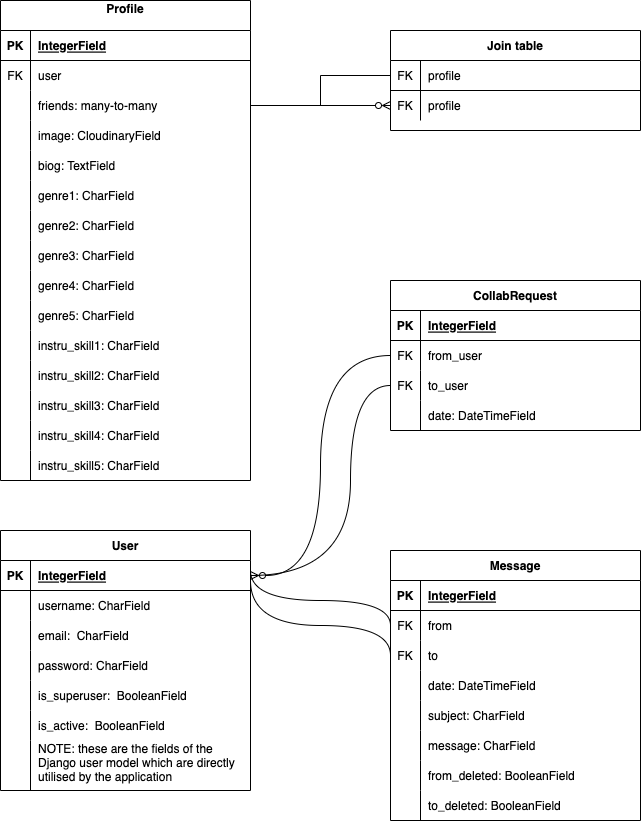
Earlier version of the draw.io export readme_media/songmates_db_schema.png (andy-guttridge/song-mates). Source tidied: cells renumbered, new cells last; positions are measured from the earlier drawing's top-left corner, leaving out a move shared by most shapes.
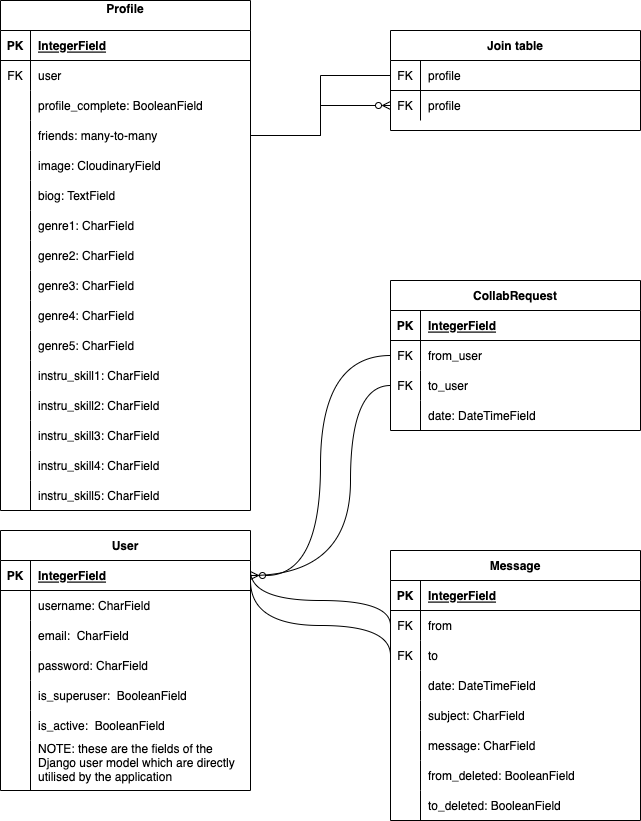
The same diagram one commit later.

Change to the diagram source:
```diff
@@ -3,7 +3,7 @@
     <mxCell id="0" />
     <mxCell id="1" parent="0" />
     <mxCell id="2" value="Profile&#10;" style="shape=table;startSize=30;rowLines=0;fontStyle=1;align=center;" parent="1" vertex="1">
-      <mxGeometry width="250" height="480" as="geometry" />
+      <mxGeometry width="250" height="510" as="geometry" />
     </mxCell>
     <mxCell id="3" style="shape=partialRectangle;fillColor=none;top=0;left=0;right=0;bottom=1;" parent="2" vertex="1">
       <mxGeometry y="30" width="250" height="30" as="geometry" />
@@ -23,8 +23,17 @@
     <mxCell id="8" value="user" style="shape=partialRectangle;overflow=hidden;fillColor=none;top=0;left=0;bottom=0;right=0;align=left;spacingLeft=6;" parent="6" vertex="1">
       <mxGeometry x="30" width="220" height="30" as="geometry" />
     </mxCell>
+    <mxCell id="121" style="shape=partialRectangle;fillColor=none;top=0;left=0;right=0;bottom=0;" parent="2" vertex="1">
+      <mxGeometry y="90" width="250" height="30" as="geometry" />
+    </mxCell>
+    <mxCell id="122" style="shape=partialRectangle;overflow=hidden;fillColor=none;top=0;left=0;bottom=0;right=0;" parent="121" vertex="1">
+      <mxGeometry width="30" height="30" as="geometry" />
+    </mxCell>
+    <mxCell id="123" value="profile_complete: BooleanField" style="shape=partialRectangle;overflow=hidden;fillColor=none;top=0;left=0;bottom=0;right=0;align=left;spacingLeft=6;" parent="121" vertex="1">
+      <mxGeometry x="30" width="220" height="30" as="geometry" />
+    </mxCell>
     <mxCell id="9" style="shape=partialRectangle;fillColor=none;points=[[0,0.5],[1,0.5]];portConstraint=eastwest;top=0;left=0;right=0;bottom=0;" parent="2" vertex="1">
-      <mxGeometry y="90" width="250" height="30" as="geometry" />
+      <mxGeometry y="120" width="250" height="30" as="geometry" />
     </mxCell>
     <mxCell id="10" style="shape=partialRectangle;overflow=hidden;fillColor=none;top=0;left=0;bottom=0;right=0;" parent="9" vertex="1">
       <mxGeometry width="30" height="30" as="geometry" />
@@ -33,7 +42,7 @@
       <mxGeometry x="30" width="220" height="30" as="geometry" />
     </mxCell>
     <mxCell id="12" style="shape=partialRectangle;fillColor=none;top=0;left=0;right=0;bottom=0;" parent="2" vertex="1">
-      <mxGeometry y="120" width="250" height="30" as="geometry" />
+      <mxGeometry y="150" width="250" height="30" as="geometry" />
     </mxCell>
     <mxCell id="13" style="shape=partialRectangle;overflow=hidden;fillColor=none;top=0;left=0;bottom=0;right=0;" parent="12" vertex="1">
       <mxGeometry width="30" height="30" as="geometry" />
@@ -42,7 +51,7 @@
       <mxGeometry x="30" width="220" height="30" as="geometry" />
     </mxCell>
     <mxCell id="15" style="shape=partialRectangle;fillColor=none;top=0;left=0;right=0;bottom=0;" parent="2" vertex="1">
-      <mxGeometry y="150" width="250" height="30" as="geometry" />
+      <mxGeometry y="180" width="250" height="30" as="geometry" />
     </mxCell>
     <mxCell id="16" style="shape=partialRectangle;overflow=hidden;fillColor=none;top=0;left=0;bottom=0;right=0;" parent="15" vertex="1">
       <mxGeometry width="30" height="30" as="geometry" />
@@ -51,7 +60,7 @@
       <mxGeometry x="30" width="220" height="30" as="geometry" />
     </mxCell>
     <mxCell id="18" style="shape=partialRectangle;fillColor=none;top=0;left=0;right=0;bottom=0;" parent="2" vertex="1">
-      <mxGeometry y="180" width="250" height="30" as="geometry" />
+      <mxGeometry y="210" width="250" height="30" as="geometry" />
     </mxCell>
     <mxCell id="19" style="shape=partialRectangle;overflow=hidden;fillColor=none;top=0;left=0;bottom=0;right=0;" parent="18" vertex="1">
       <mxGeometry width="30" height="30" as="geometry" />
@@ -60,7 +69,7 @@
       <mxGeometry x="30" width="220" height="30" as="geometry" />
     </mxCell>
     <mxCell id="21" style="shape=partialRectangle;fillColor=none;top=0;left=0;right=0;bottom=0;" parent="2" vertex="1">
-      <mxGeometry y="210" width="250" height="30" as="geometry" />
+      <mxGeometry y="240" width="250" height="30" as="geometry" />
     </mxCell>
     <mxCell id="22" style="shape=partialRectangle;overflow=hidden;fillColor=none;top=0;left=0;bottom=0;right=0;" parent="21" vertex="1">
       <mxGeometry width="30" height="30" as="geometry" />
@@ -69,7 +78,7 @@
       <mxGeometry x="30" width="220" height="30" as="geometry" />
     </mxCell>
     <mxCell id="24" style="shape=partialRectangle;fillColor=none;top=0;left=0;right=0;bottom=0;" parent="2" vertex="1">
-      <mxGeometry y="240" width="250" height="30" as="geometry" />
+      <mxGeometry y="270" width="250" height="30" as="geometry" />
     </mxCell>
     <mxCell id="25" style="shape=partialRectangle;overflow=hidden;fillColor=none;top=0;left=0;bottom=0;right=0;" parent="24" vertex="1">
       <mxGeometry width="30" height="30" as="geometry" />
@@ -78,7 +87,7 @@
       <mxGeometry x="30" width="220" height="30" as="geometry" />
     </mxCell>
     <mxCell id="27" style="shape=partialRectangle;fillColor=none;top=0;left=0;right=0;bottom=0;" parent="2" vertex="1">
-      <mxGeometry y="270" width="250" height="30" as="geometry" />
+      <mxGeometry y="300" width="250" height="30" as="geometry" />
     </mxCell>
     <mxCell id="28" style="shape=partialRectangle;overflow=hidden;fillColor=none;top=0;left=0;bottom=0;right=0;" parent="27" vertex="1">
       <mxGeometry width="30" height="30" as="geometry" />
@@ -87,7 +96,7 @@
       <mxGeometry x="30" width="220" height="30" as="geometry" />
     </mxCell>
     <mxCell id="30" style="shape=partialRectangle;fillColor=none;top=0;left=0;right=0;bottom=0;" parent="2" vertex="1">
-      <mxGeometry y="300" width="250" height="30" as="geometry" />
+      <mxGeometry y="330" width="250" height="30" as="geometry" />
     </mxCell>
     <mxCell id="31" style="shape=partialRectangle;overflow=hidden;fillColor=none;top=0;left=0;bottom=0;right=0;" parent="30" vertex="1">
       <mxGeometry width="30" height="30" as="geometry" />
@@ -96,7 +105,7 @@
       <mxGeometry x="30" width="220" height="30" as="geometry" />
     </mxCell>
     <mxCell id="33" style="shape=partialRectangle;fillColor=none;top=0;left=0;right=0;bottom=0;" parent="2" vertex="1">
-      <mxGeometry y="330" width="250" height="30" as="geometry" />
+      <mxGeometry y="360" width="250" height="30" as="geometry" />
     </mxCell>
     <mxCell id="34" style="shape=partialRectangle;overflow=hidden;fillColor=none;top=0;left=0;bottom=0;right=0;" parent="33" vertex="1">
       <mxGeometry width="30" height="30" as="geometry" />
@@ -105,7 +114,7 @@
       <mxGeometry x="30" width="220" height="30" as="geometry" />
     </mxCell>
     <mxCell id="36" style="shape=partialRectangle;fillColor=none;top=0;left=0;right=0;bottom=0;" parent="2" vertex="1">
-      <mxGeometry y="360" width="250" height="30" as="geometry" />
+      <mxGeometry y="390" width="250" height="30" as="geometry" />
     </mxCell>
     <mxCell id="37" style="shape=partialRectangle;overflow=hidden;fillColor=none;top=0;left=0;bottom=0;right=0;" parent="36" vertex="1">
       <mxGeometry width="30" height="30" as="geometry" />
@@ -114,7 +123,7 @@
       <mxGeometry x="30" width="220" height="30" as="geometry" />
     </mxCell>
     <mxCell id="39" style="shape=partialRectangle;fillColor=none;top=0;left=0;right=0;bottom=0;" parent="2" vertex="1">
-      <mxGeometry y="390" width="250" height="30" as="geometry" />
+      <mxGeometry y="420" width="250" height="30" as="geometry" />
     </mxCell>
     <mxCell id="40" style="shape=partialRectangle;overflow=hidden;fillColor=none;top=0;left=0;bottom=0;right=0;" parent="39" vertex="1">
       <mxGeometry width="30" height="30" as="geometry" />
@@ -123,7 +132,7 @@
       <mxGeometry x="30" width="220" height="30" as="geometry" />
     </mxCell>
     <mxCell id="42" style="shape=partialRectangle;fillColor=none;top=0;left=0;right=0;bottom=0;" parent="2" vertex="1">
-      <mxGeometry y="420" width="250" height="30" as="geometry" />
+      <mxGeometry y="450" width="250" height="30" as="geometry" />
     </mxCell>
     <mxCell id="43" style="shape=partialRectangle;overflow=hidden;fillColor=none;top=0;left=0;bottom=0;right=0;" parent="42" vertex="1">
       <mxGeometry width="30" height="30" as="geometry" />
@@ -132,7 +141,7 @@
       <mxGeometry x="30" width="220" height="30" as="geometry" />
     </mxCell>
     <mxCell id="45" style="shape=partialRectangle;fillColor=none;top=0;left=0;right=0;bottom=0;" parent="2" vertex="1">
-      <mxGeometry y="450" width="250" height="30" as="geometry" />
+      <mxGeometry y="480" width="250" height="30" as="geometry" />
     </mxCell>
     <mxCell id="46" style="shape=partialRectangle;overflow=hidden;fillColor=none;top=0;left=0;bottom=0;right=0;" parent="45" vertex="1">
       <mxGeometry width="30" height="30" as="geometry" />
```
